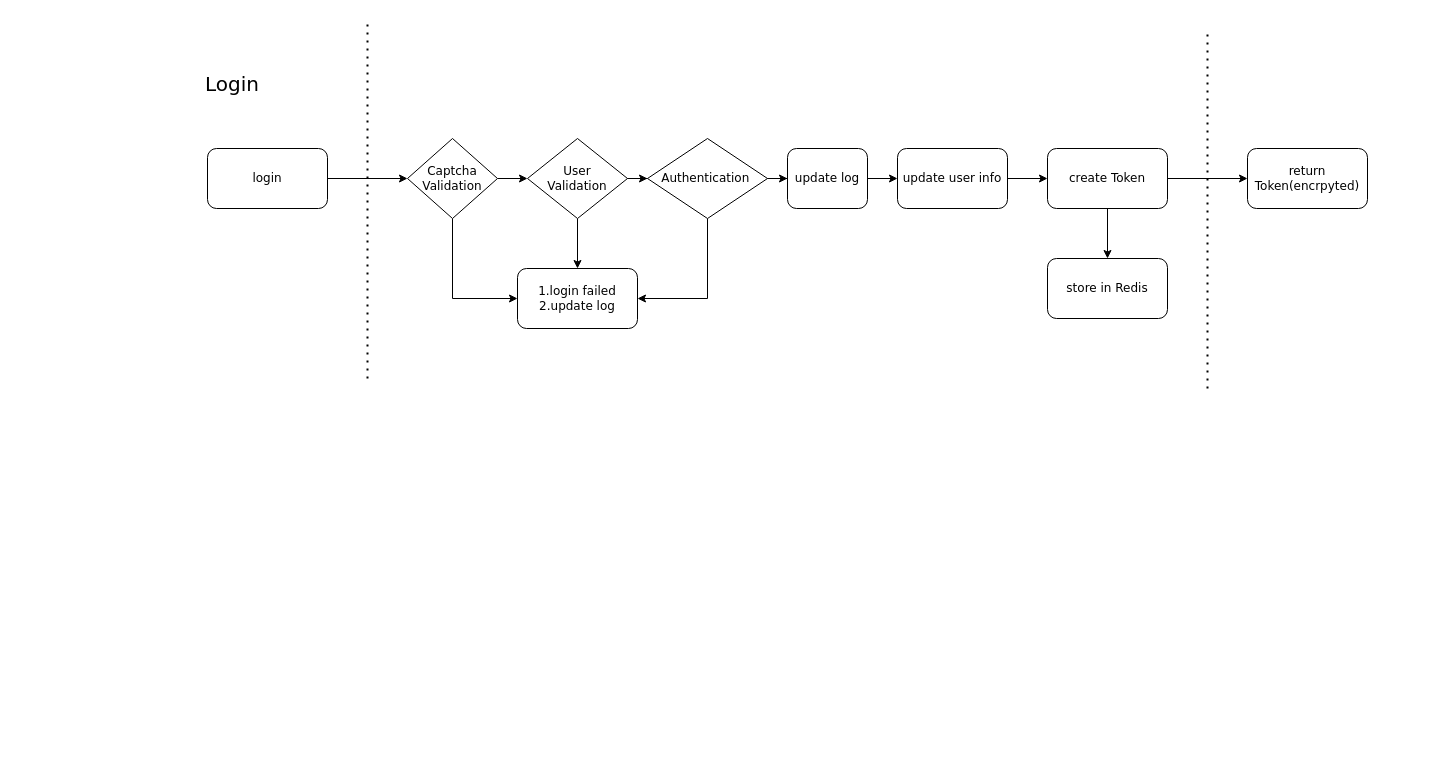
Above: vendoraDesign.drawio in oasisHello/tensorly (draw.io), before the change. Source tidied: cells renumbered, new cells numbered last; positions are measured from the earlier drawing's top-left corner, leaving out a move shared by most shapes. Both pictures are drawn from the tidied source at 100%, with x=0, y=0 at pixel (167, 18).
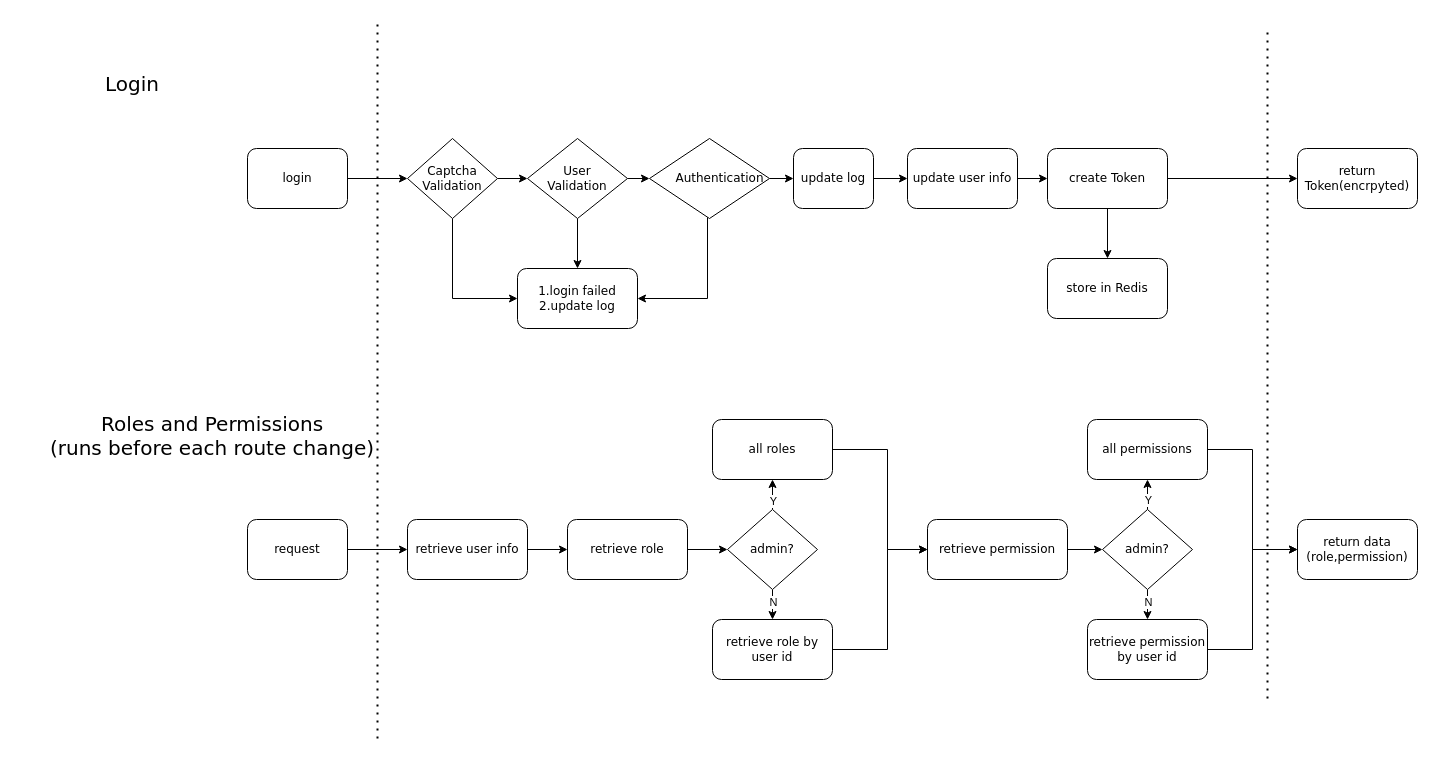
Above is the later version.

Change to the diagram source:
```diff
@@
     <mxCell id="3" value="&lt;font&gt;login&lt;/font&gt;" style="rounded=1;whiteSpace=wrap;html=1;fontFamily=Verdana;fontSize=12;" parent="1" vertex="1">
-      <mxGeometry x="40" y="130" width="120" height="60" as="geometry" />
+      <mxGeometry x="80" y="130" width="100" height="60" as="geometry" />
     </mxCell>
     <mxCell id="4" style="endArrow=none;dashed=1;html=1;dashPattern=1 3;strokeWidth=2;rounded=0;fontFamily=Verdana;fontSize=12;" parent="1" edge="1">
       <mxGeometry relative="1" as="geometry">
-        <mxPoint x="200" y="360" as="sourcePoint" />
-        <mxPoint x="200" as="targetPoint" />
+        <mxPoint x="210" y="720" as="sourcePoint" />
+        <mxPoint x="210" as="targetPoint" />
       </mxGeometry>
     </mxCell>
@@
-    <mxCell id="13" value="Authentication&lt;span style=&quot;white-space: pre;&quot;&gt;&#9;&lt;/span&gt;" style="rhombus;whiteSpace=wrap;html=1;fontFamily=Verdana;fontSize=12;align=center;" parent="1" vertex="1">
-      <mxGeometry x="480" y="120" width="120" height="80" as="geometry" />
+    <mxCell id="13" value="&lt;div style=&quot;text-align: center;&quot;&gt;&lt;span style=&quot;background-color: transparent; color: light-dark(rgb(0, 0, 0), rgb(255, 255, 255));&quot;&gt;Authentication&lt;/span&gt;&lt;span style=&quot;background-color: transparent; color: light-dark(rgb(0, 0, 0), rgb(255, 255, 255)); white-space: pre;&quot;&gt;&#9;&lt;/span&gt;&lt;/div&gt;" style="rhombus;whiteSpace=wrap;html=1;fontFamily=Verdana;fontSize=12;align=right;" parent="1" vertex="1">
+      <mxGeometry x="482" y="120" width="120" height="80" as="geometry" />
     </mxCell>
@@
     <mxCell id="16" value="update log" style="rounded=1;whiteSpace=wrap;html=1;fontFamily=Verdana;fontSize=12;" parent="1" vertex="1">
-      <mxGeometry x="620" y="130" width="80" height="60" as="geometry" />
+      <mxGeometry x="626" y="130" width="80" height="60" as="geometry" />
     </mxCell>
@@
     <mxCell id="18" value="update user info" style="rounded=1;whiteSpace=wrap;html=1;fontFamily=Verdana;fontSize=12;" parent="1" vertex="1">
-      <mxGeometry x="730" y="130" width="110" height="60" as="geometry" />
+      <mxGeometry x="740" y="130" width="110" height="60" as="geometry" />
     </mxCell>
@@
     <mxCell id="23" value="return Token(encrpyted)" style="rounded=1;whiteSpace=wrap;html=1;fontFamily=Verdana;fontSize=12;" parent="1" vertex="1">
-      <mxGeometry x="1080" y="130" width="120" height="60" as="geometry" />
+      <mxGeometry x="1130" y="130" width="120" height="60" as="geometry" />
     </mxCell>
     <mxCell id="24" style="endArrow=none;dashed=1;html=1;dashPattern=1 3;strokeWidth=2;rounded=0;fontFamily=Verdana;fontSize=12;" parent="1" edge="1">
       <mxGeometry relative="1" as="geometry">
-        <mxPoint x="1040" y="370" as="sourcePoint" />
-        <mxPoint x="1040" y="10" as="targetPoint" />
+        <mxPoint x="1100" y="680" as="sourcePoint" />
+        <mxPoint x="1100" y="10" as="targetPoint" />
       </mxGeometry>
     </mxCell>
     <mxCell id="25" value="&lt;font style=&quot;font-size: 20px;&quot; face=&quot;Verdana&quot;&gt;Login&lt;/font&gt;" style="text;html=1;align=center;verticalAlign=middle;whiteSpace=wrap;rounded=0;" parent="1" vertex="1">
-      <mxGeometry y="50" width="130" height="30" as="geometry" />
+      <mxGeometry x="-100" y="50" width="130" height="30" as="geometry" />
     </mxCell>
+    <mxCell id="26" value="&lt;font style=&quot;&quot; face=&quot;Verdana&quot;&gt;&lt;span style=&quot;font-size: 20px;&quot;&gt;Roles and Permissions&lt;/span&gt;&lt;br&gt;&lt;span style=&quot;font-size: 20px;&quot;&gt;(runs before each route change)&lt;/span&gt;&lt;/font&gt;" style="text;html=1;align=center;verticalAlign=middle;whiteSpace=wrap;rounded=0;" parent="1" vertex="1">
+      <mxGeometry x="-150" y="382" width="390" height="69" as="geometry" />
+    </mxCell>
+    <mxCell id="27" style="edgeStyle=orthogonalEdgeStyle;rounded=0;jettySize=auto;html=1;" parent="1" edge="1" source="28" target="30">
+      <mxGeometry relative="1" as="geometry" />
+    </mxCell>
+    <mxCell id="28" value="request" style="rounded=1;whiteSpace=wrap;html=1;fontFamily=Verdana;fontSize=12;" parent="1" vertex="1">
+      <mxGeometry x="80" y="501" width="100" height="60" as="geometry" />
+    </mxCell>
+    <mxCell id="29" style="edgeStyle=orthogonalEdgeStyle;rounded=0;jettySize=auto;html=1;" parent="1" edge="1" source="30" target="32">
+      <mxGeometry relative="1" as="geometry" />
+    </mxCell>
+    <mxCell id="30" value="retrieve user info" style="rounded=1;whiteSpace=wrap;html=1;fontFamily=Verdana;fontSize=12;" parent="1" vertex="1">
+      <mxGeometry x="240" y="501" width="120" height="60" as="geometry" />
+    </mxCell>
+    <mxCell id="31" style="edgeStyle=orthogonalEdgeStyle;rounded=0;jettySize=auto;html=1;" parent="1" edge="1" source="32" target="37">
+      <mxGeometry relative="1" as="geometry" />
+    </mxCell>
+    <mxCell id="32" value="retrieve role" style="rounded=1;whiteSpace=wrap;html=1;fontFamily=Verdana;fontSize=12;" parent="1" vertex="1">
+      <mxGeometry x="400" y="501" width="120" height="60" as="geometry" />
+    </mxCell>
+    <mxCell id="33" style="edgeStyle=orthogonalEdgeStyle;rounded=0;jettySize=auto;html=1;" parent="1" edge="1" source="37" target="39">
+      <mxGeometry relative="1" as="geometry" />
+    </mxCell>
+    <mxCell id="34" value="N" style="edgeLabel;html=1;align=center;verticalAlign=middle;" parent="33" vertex="1">
+      <mxGeometry x="0.13" y="-1" relative="1" as="geometry">
+        <mxPoint x="-1" as="offset" />
+      </mxGeometry>
+    </mxCell>
+    <mxCell id="35" style="edgeStyle=orthogonalEdgeStyle;rounded=0;jettySize=auto;html=1;" parent="1" edge="1" source="37" target="41">
+      <mxGeometry relative="1" as="geometry" />
+    </mxCell>
+    <mxCell id="36" value="Y" style="edgeLabel;html=1;align=center;verticalAlign=middle;" parent="35" vertex="1">
+      <mxGeometry x="-0.64" y="-1" relative="1" as="geometry">
+        <mxPoint x="-1" as="offset" />
+      </mxGeometry>
+    </mxCell>
+    <mxCell id="37" value="admin?" style="rhombus;whiteSpace=wrap;html=1;fontFamily=Verdana;fontSize=12;" parent="1" vertex="1">
+      <mxGeometry x="560" y="491" width="90" height="80" as="geometry" />
+    </mxCell>
+    <mxCell id="38" style="edgeStyle=orthogonalEdgeStyle;rounded=0;jettySize=auto;html=1;entryX=0;entryY=0.5;entryDx=0;entryDy=0;" parent="1" edge="1" source="39" target="43">
+      <mxGeometry relative="1" as="geometry">
+        <Array as="points">
+          <mxPoint x="720" y="631" />
+          <mxPoint x="720" y="531" />
+        </Array>
+      </mxGeometry>
+    </mxCell>
+    <mxCell id="39" value="retrieve role by user id" style="rounded=1;whiteSpace=wrap;html=1;fontFamily=Verdana;fontSize=12;" parent="1" vertex="1">
+      <mxGeometry x="545" y="601" width="120" height="60" as="geometry" />
+    </mxCell>
+    <mxCell id="40" style="edgeStyle=orthogonalEdgeStyle;rounded=0;jettySize=auto;html=1;entryX=0;entryY=0.5;entryDx=0;entryDy=0;" parent="1" edge="1" source="41" target="43">
+      <mxGeometry relative="1" as="geometry">
+        <Array as="points">
+          <mxPoint x="720" y="431" />
+          <mxPoint x="720" y="531" />
+        </Array>
+      </mxGeometry>
+    </mxCell>
+    <mxCell id="41" value="all roles" style="rounded=1;whiteSpace=wrap;html=1;fontFamily=Verdana;fontSize=12;" parent="1" vertex="1">
+      <mxGeometry x="545" y="401" width="120" height="60" as="geometry" />
+    </mxCell>
+    <mxCell id="42" style="edgeStyle=orthogonalEdgeStyle;rounded=0;jettySize=auto;html=1;" parent="1" edge="1" source="43" target="48">
+      <mxGeometry relative="1" as="geometry" />
+    </mxCell>
+    <mxCell id="43" value="retrieve permission" style="rounded=1;whiteSpace=wrap;html=1;fontFamily=Verdana;fontSize=12;" parent="1" vertex="1">
+      <mxGeometry x="760" y="501" width="140" height="60" as="geometry" />
+    </mxCell>
+    <mxCell id="44" style="edgeStyle=orthogonalEdgeStyle;rounded=0;jettySize=auto;html=1;" parent="1" edge="1" source="48" target="50">
+      <mxGeometry relative="1" as="geometry" />
+    </mxCell>
+    <mxCell id="45" value="Y" style="edgeLabel;html=1;align=center;verticalAlign=middle;" parent="44" vertex="1">
+      <mxGeometry x="-0.35" relative="1" as="geometry">
+        <mxPoint y="6" as="offset" />
+      </mxGeometry>
+    </mxCell>
+    <mxCell id="46" style="edgeStyle=orthogonalEdgeStyle;rounded=0;jettySize=auto;html=1;" parent="1" edge="1" source="48" target="52">
+      <mxGeometry relative="1" as="geometry">
+        <Array as="points">
+          <mxPoint x="980" y="580" />
+          <mxPoint x="980" y="580" />
+        </Array>
+      </mxGeometry>
+    </mxCell>
+    <mxCell id="47" value="N" style="edgeLabel;html=1;align=center;verticalAlign=middle;" parent="46" vertex="1">
+      <mxGeometry x="-0.22" y="1" relative="1" as="geometry">
+        <mxPoint x="-1" as="offset" />
+      </mxGeometry>
+    </mxCell>
+    <mxCell id="48" value="admin?" style="rhombus;whiteSpace=wrap;html=1;fontFamily=Verdana;fontSize=12;" parent="1" vertex="1">
+      <mxGeometry x="935" y="491" width="90" height="80" as="geometry" />
+    </mxCell>
+    <mxCell id="49" style="edgeStyle=orthogonalEdgeStyle;rounded=0;jettySize=auto;html=1;entryX=0;entryY=0.5;entryDx=0;entryDy=0;" parent="1" edge="1" source="50" target="53">
+      <mxGeometry relative="1" as="geometry" />
+    </mxCell>
+    <mxCell id="50" value="all permissions" style="rounded=1;whiteSpace=wrap;html=1;fontFamily=Verdana;fontSize=12;" parent="1" vertex="1">
+      <mxGeometry x="920" y="401" width="120" height="60" as="geometry" />
+    </mxCell>
+    <mxCell id="51" style="edgeStyle=orthogonalEdgeStyle;rounded=0;jettySize=auto;html=1;entryX=0;entryY=0.5;entryDx=0;entryDy=0;" parent="1" edge="1" source="52" target="53">
+      <mxGeometry relative="1" as="geometry" />
+    </mxCell>
+    <mxCell id="52" value="retrieve permission by user id" style="rounded=1;whiteSpace=wrap;html=1;fontFamily=Verdana;fontSize=12;" parent="1" vertex="1">
+      <mxGeometry x="920" y="601" width="120" height="60" as="geometry" />
+    </mxCell>
+    <mxCell id="53" value="return data&lt;br&gt;(role,permission)" style="rounded=1;whiteSpace=wrap;html=1;fontFamily=Verdana;fontSize=12;" parent="1" vertex="1">
+      <mxGeometry x="1130" y="501" width="120" height="60" as="geometry" />
+    </mxCell>
```
